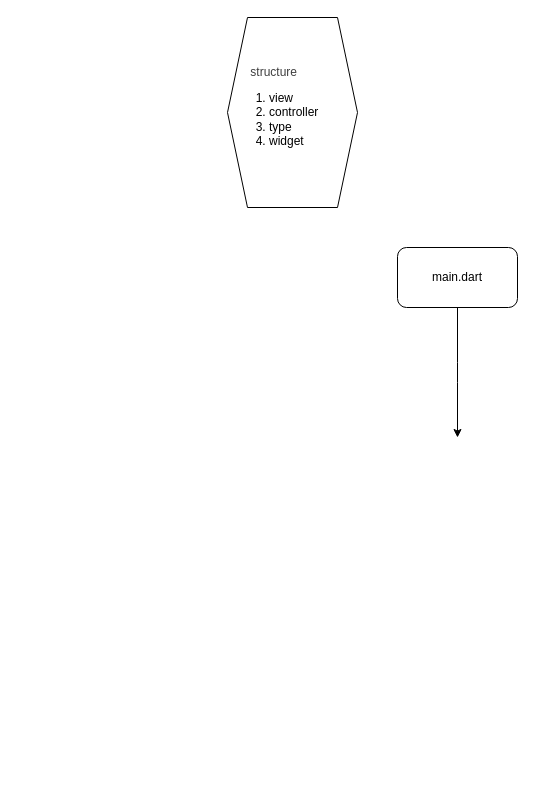
Onebluesky882/WorkDee keeps this draw.io diagram as workflows.drawio. Above is the earlier version. Source tidied: cells renumbered, new cells numbered last; positions are measured from the earlier drawing's top-left corner, leaving out a move shared by most shapes. Both pictures are drawn from the tidied source at 100%, with x=0, y=0 at pixel (227, 17).
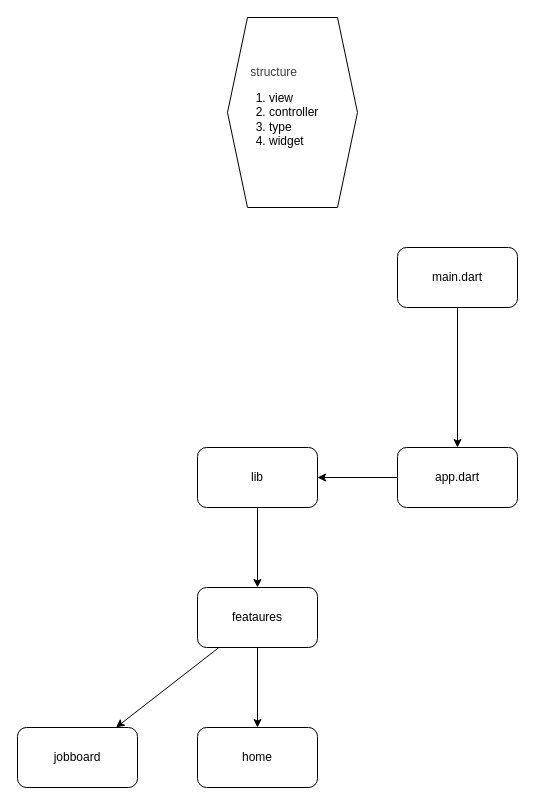
The same page after the edit.

The edit, as a diff of the source:
```diff
@@
 <mxGraphModel>
   <root>
     <mxCell id="0" />
     <mxCell id="1" parent="0" />
-    <mxCell id="2" style="edgeStyle=orthogonalEdgeStyle;html=1;entryX=0.5;entryY=0;entryDx=0;entryDy=0;" parent="1" edge="1" source="3">
-      <mxGeometry relative="1" as="geometry">
-        <mxPoint x="230" y="420" as="targetPoint" />
-      </mxGeometry>
+    <mxCell id="2" style="edgeStyle=orthogonalEdgeStyle;html=1;entryX=0.5;entryY=0;entryDx=0;entryDy=0;" parent="1" edge="1" source="3" target="6">
+      <mxGeometry relative="1" as="geometry" />
     </mxCell>
     <mxCell id="3" value="main.dart" style="rounded=1;whiteSpace=wrap;html=1;" parent="1" vertex="1">
       <mxGeometry x="170" y="230" width="120" height="60" as="geometry" />
     </mxCell>
     <mxCell id="4" value="&lt;div style=&quot;&quot;&gt;&lt;div style=&quot;text-align: center;&quot;&gt;&lt;span style=&quot;background-color: transparent; color: rgb(63, 63, 63);&quot;&gt;structure&lt;/span&gt;&lt;/div&gt;&lt;ol&gt;&lt;li&gt;view&amp;nbsp;&lt;/li&gt;&lt;li&gt;controller&lt;/li&gt;&lt;li&gt;type&lt;/li&gt;&lt;li&gt;widget&lt;/li&gt;&lt;/ol&gt;&lt;/div&gt;" style="shape=hexagon;perimeter=hexagonPerimeter2;whiteSpace=wrap;html=1;fixedSize=1;align=left;" parent="1" vertex="1">
       <mxGeometry width="130" height="190" as="geometry" />
     </mxCell>
+    <mxCell id="5" style="edgeStyle=none;html=1;" parent="1" edge="1" source="6" target="8">
+      <mxGeometry relative="1" as="geometry" />
+    </mxCell>
+    <mxCell id="6" value="app.dart" style="rounded=1;whiteSpace=wrap;html=1;" parent="1" vertex="1">
+      <mxGeometry x="170" y="430" width="120" height="60" as="geometry" />
+    </mxCell>
+    <mxCell id="7" style="edgeStyle=none;html=1;" parent="1" edge="1" source="8" target="11">
+      <mxGeometry relative="1" as="geometry" />
+    </mxCell>
+    <mxCell id="8" value="lib" style="whiteSpace=wrap;html=1;rounded=1;" parent="1" vertex="1">
+      <mxGeometry x="-30" y="430" width="120" height="60" as="geometry" />
+    </mxCell>
+    <mxCell id="9" style="edgeStyle=none;html=1;" parent="1" edge="1" source="11" target="12">
+      <mxGeometry relative="1" as="geometry" />
+    </mxCell>
+    <mxCell id="10" style="edgeStyle=none;html=1;" parent="1" edge="1" source="11" target="13">
+      <mxGeometry relative="1" as="geometry" />
+    </mxCell>
+    <mxCell id="11" value="feataures" style="whiteSpace=wrap;html=1;rounded=1;" parent="1" vertex="1">
+      <mxGeometry x="-30" y="570" width="120" height="60" as="geometry" />
+    </mxCell>
+    <mxCell id="12" value="home" style="whiteSpace=wrap;html=1;rounded=1;" parent="1" vertex="1">
+      <mxGeometry x="-30" y="710" width="120" height="60" as="geometry" />
+    </mxCell>
+    <mxCell id="13" value="jobboard" style="whiteSpace=wrap;html=1;rounded=1;" parent="1" vertex="1">
+      <mxGeometry x="-210" y="710" width="120" height="60" as="geometry" />
+    </mxCell>
   </root>
 </mxGraphModel>
```
